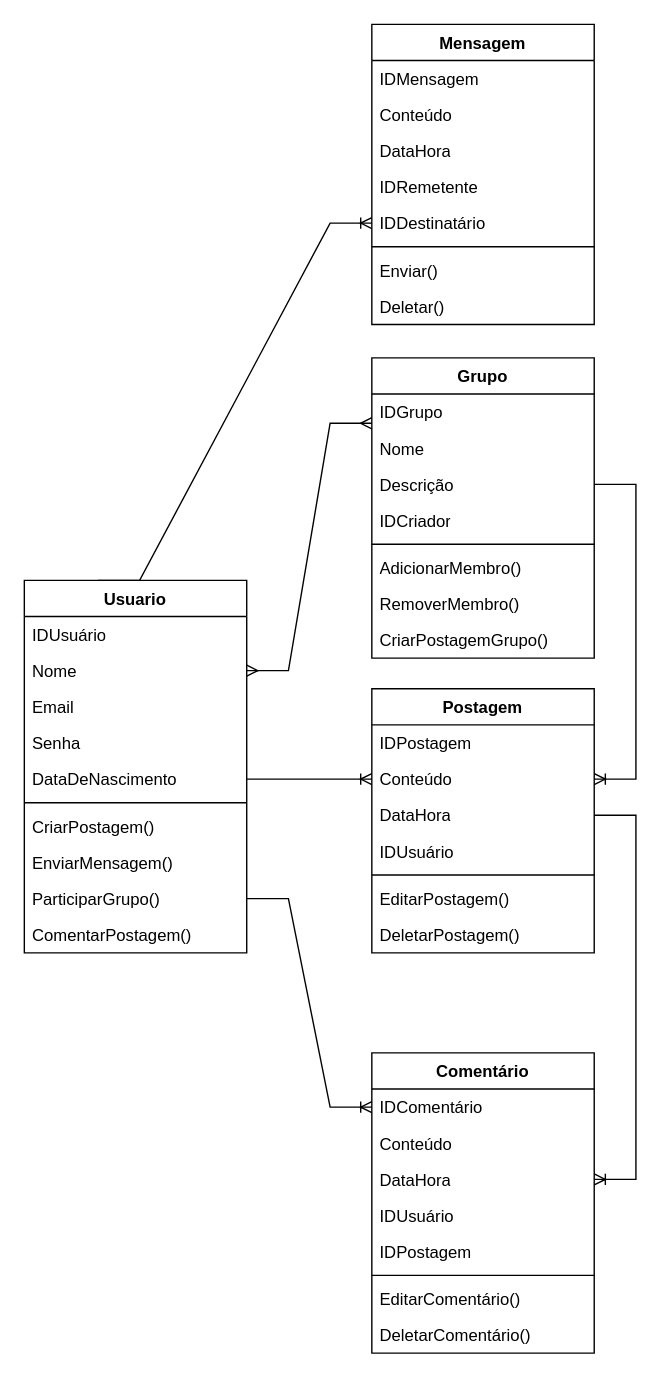
Earlier version of the draw.io diagram Diagrama sem nome.drawio (NatanFBagatoli/exercicio-6). Source tidied: cells renumbered, new cells numbered last; positions are measured from the earlier drawing's top-left corner, leaving out a move shared by most shapes. Both pictures are drawn from the tidied source at 139%, with x=0, y=0 at pixel (24, 24).
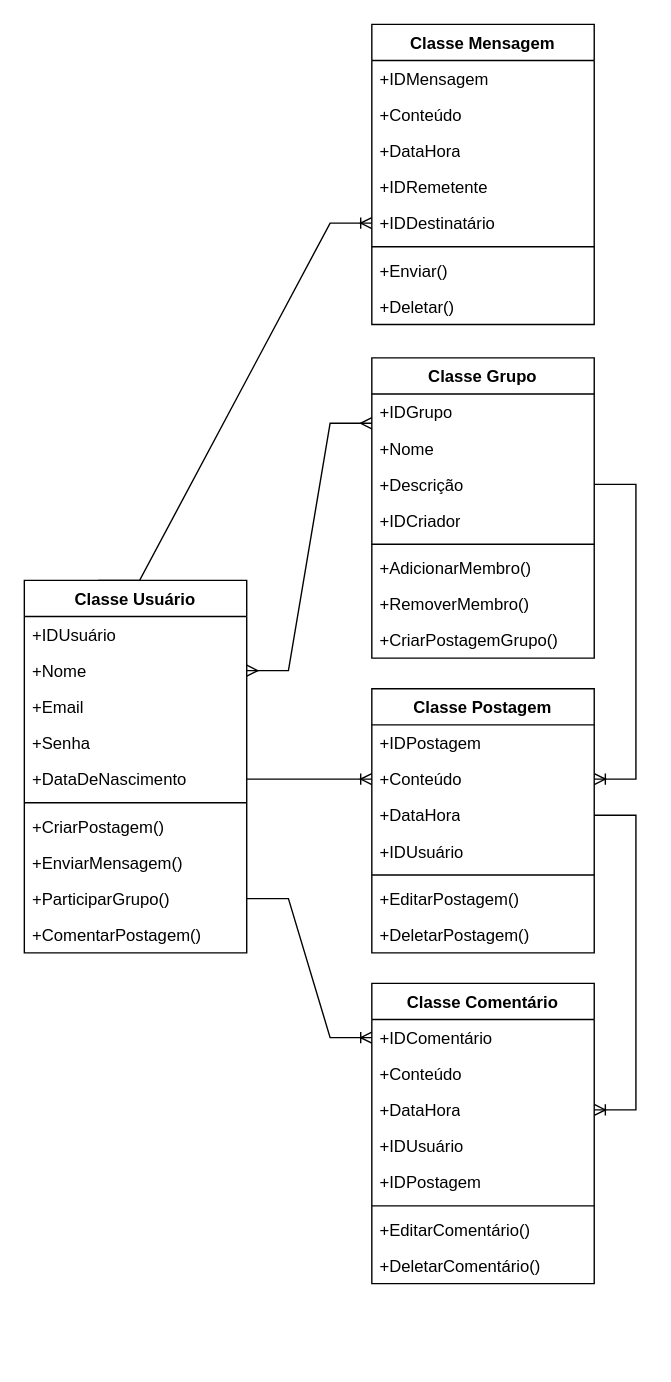
The same diagram, later.

What changed in the source:
```diff
@@
-    <mxCell id="2" value="Usuario" style="swimlane;fontStyle=1;align=center;verticalAlign=top;horizontal=1;startSize=26;whiteSpace=wrap;html=1;" parent="1" vertex="1">
+    <mxCell id="2" value="Classe Usuário" style="swimlane;fontStyle=1;align=center;verticalAlign=top;horizontal=1;startSize=26;whiteSpace=wrap;html=1;" parent="1" vertex="1">
       <mxGeometry y="400" width="160" height="268" as="geometry" />
     </mxCell>
-    <mxCell id="3" value="IDUsuário" style="text;strokeColor=none;fillColor=none;align=left;verticalAlign=top;spacingLeft=4;spacingRight=4;overflow=hidden;whiteSpace=wrap;html=1;" parent="2" vertex="1">
+    <mxCell id="3" value="+IDUsuário" style="text;strokeColor=none;fillColor=none;align=left;verticalAlign=top;spacingLeft=4;spacingRight=4;overflow=hidden;whiteSpace=wrap;html=1;" parent="2" vertex="1">
       <mxGeometry y="26" width="160" height="26" as="geometry" />
     </mxCell>
-    <mxCell id="4" value="Nome" style="text;strokeColor=none;fillColor=none;align=left;verticalAlign=top;spacingLeft=4;spacingRight=4;overflow=hidden;points=[[0,0.5],[1,0.5]];portConstraint=eastwest;whiteSpace=wrap;html=1;" parent="2" vertex="1">
+    <mxCell id="4" value="+Nome" style="text;strokeColor=none;fillColor=none;align=left;verticalAlign=top;spacingLeft=4;spacingRight=4;overflow=hidden;points=[[0,0.5],[1,0.5]];portConstraint=eastwest;whiteSpace=wrap;html=1;" parent="2" vertex="1">
       <mxGeometry y="52" width="160" height="26" as="geometry" />
     </mxCell>
-    <mxCell id="5" value="Email" style="text;strokeColor=none;fillColor=none;align=left;verticalAlign=top;spacingLeft=4;spacingRight=4;overflow=hidden;whiteSpace=wrap;html=1;" parent="2" vertex="1">
+    <mxCell id="5" value="+Email" style="text;strokeColor=none;fillColor=none;align=left;verticalAlign=top;spacingLeft=4;spacingRight=4;overflow=hidden;whiteSpace=wrap;html=1;" parent="2" vertex="1">
       <mxGeometry y="78" width="160" height="26" as="geometry" />
     </mxCell>
-    <mxCell id="6" value="Senha" style="text;strokeColor=none;fillColor=none;align=left;verticalAlign=top;spacingLeft=4;spacingRight=4;overflow=hidden;whiteSpace=wrap;html=1;" parent="2" vertex="1">
+    <mxCell id="6" value="+Senha" style="text;strokeColor=none;fillColor=none;align=left;verticalAlign=top;spacingLeft=4;spacingRight=4;overflow=hidden;whiteSpace=wrap;html=1;" parent="2" vertex="1">
       <mxGeometry y="104" width="160" height="26" as="geometry" />
     </mxCell>
-    <mxCell id="7" value="DataDeNascimento" style="text;strokeColor=none;fillColor=none;align=left;verticalAlign=top;spacingLeft=4;spacingRight=4;overflow=hidden;points=[[0,0.5],[1,0.5]];portConstraint=eastwest;whiteSpace=wrap;html=1;" parent="2" vertex="1">
+    <mxCell id="7" value="+DataDeNascimento" style="text;strokeColor=none;fillColor=none;align=left;verticalAlign=top;spacingLeft=4;spacingRight=4;overflow=hidden;points=[[0,0.5],[1,0.5]];portConstraint=eastwest;whiteSpace=wrap;html=1;" parent="2" vertex="1">
       <mxGeometry y="130" width="160" height="26" as="geometry" />
     </mxCell>
@@
-    <mxCell id="9" value="CriarPostagem()" style="text;strokeColor=none;fillColor=none;align=left;verticalAlign=top;spacingLeft=4;spacingRight=4;overflow=hidden;whiteSpace=wrap;html=1;" parent="2" vertex="1">
+    <mxCell id="9" value="+CriarPostagem()" style="text;strokeColor=none;fillColor=none;align=left;verticalAlign=top;spacingLeft=4;spacingRight=4;overflow=hidden;whiteSpace=wrap;html=1;" parent="2" vertex="1">
       <mxGeometry y="164" width="160" height="26" as="geometry" />
     </mxCell>
-    <mxCell id="10" value="EnviarMensagem()" style="text;strokeColor=none;fillColor=none;align=left;verticalAlign=top;spacingLeft=4;spacingRight=4;overflow=hidden;whiteSpace=wrap;html=1;" parent="2" vertex="1">
+    <mxCell id="10" value="+EnviarMensagem()" style="text;strokeColor=none;fillColor=none;align=left;verticalAlign=top;spacingLeft=4;spacingRight=4;overflow=hidden;whiteSpace=wrap;html=1;" parent="2" vertex="1">
       <mxGeometry y="190" width="160" height="26" as="geometry" />
     </mxCell>
-    <mxCell id="11" value="ParticiparGrupo()" style="text;strokeColor=none;fillColor=none;align=left;verticalAlign=top;spacingLeft=4;spacingRight=4;overflow=hidden;points=[[0,0.5],[1,0.5]];portConstraint=eastwest;whiteSpace=wrap;html=1;" parent="2" vertex="1">
+    <mxCell id="11" value="+ParticiparGrupo()" style="text;strokeColor=none;fillColor=none;align=left;verticalAlign=top;spacingLeft=4;spacingRight=4;overflow=hidden;points=[[0,0.5],[1,0.5]];portConstraint=eastwest;whiteSpace=wrap;html=1;" parent="2" vertex="1">
       <mxGeometry y="216" width="160" height="26" as="geometry" />
     </mxCell>
-    <mxCell id="12" value="ComentarPostagem()" style="text;strokeColor=none;fillColor=none;align=left;verticalAlign=top;spacingLeft=4;spacingRight=4;overflow=hidden;whiteSpace=wrap;html=1;" parent="2" vertex="1">
+    <mxCell id="12" value="+ComentarPostagem()" style="text;strokeColor=none;fillColor=none;align=left;verticalAlign=top;spacingLeft=4;spacingRight=4;overflow=hidden;whiteSpace=wrap;html=1;" parent="2" vertex="1">
       <mxGeometry y="242" width="160" height="26" as="geometry" />
     </mxCell>
-    <mxCell id="13" value="Postagem&lt;div&gt;&lt;br&gt;&lt;/div&gt;" style="swimlane;fontStyle=1;align=center;verticalAlign=top;horizontal=1;startSize=26;whiteSpace=wrap;html=1;" parent="1" vertex="1">
+    <mxCell id="13" value="Classe Postagem&lt;div&gt;&lt;br&gt;&lt;/div&gt;" style="swimlane;fontStyle=1;align=center;verticalAlign=top;horizontal=1;startSize=26;whiteSpace=wrap;html=1;" parent="1" vertex="1">
       <mxGeometry x="250" y="478" width="160" height="190" as="geometry" />
     </mxCell>
-    <mxCell id="14" value="IDPostagem" style="text;strokeColor=none;fillColor=none;align=left;verticalAlign=top;spacingLeft=4;spacingRight=4;overflow=hidden;whiteSpace=wrap;html=1;" parent="13" vertex="1">
+    <mxCell id="14" value="+IDPostagem" style="text;strokeColor=none;fillColor=none;align=left;verticalAlign=top;spacingLeft=4;spacingRight=4;overflow=hidden;whiteSpace=wrap;html=1;" parent="13" vertex="1">
       <mxGeometry y="26" width="160" height="26" as="geometry" />
     </mxCell>
-    <mxCell id="15" value="Conteúdo" style="text;strokeColor=none;fillColor=none;align=left;verticalAlign=top;spacingLeft=4;spacingRight=4;overflow=hidden;points=[[0,0.5],[1,0.5]];portConstraint=eastwest;whiteSpace=wrap;html=1;" parent="13" vertex="1">
+    <mxCell id="15" value="+Conteúdo" style="text;strokeColor=none;fillColor=none;align=left;verticalAlign=top;spacingLeft=4;spacingRight=4;overflow=hidden;points=[[0,0.5],[1,0.5]];portConstraint=eastwest;whiteSpace=wrap;html=1;" parent="13" vertex="1">
       <mxGeometry y="52" width="160" height="26" as="geometry" />
     </mxCell>
-    <mxCell id="16" value="DataHora" style="text;strokeColor=none;fillColor=none;align=left;verticalAlign=top;spacingLeft=4;spacingRight=4;overflow=hidden;points=[[0,0.5],[1,0.5]];portConstraint=eastwest;whiteSpace=wrap;html=1;" parent="13" vertex="1">
+    <mxCell id="16" value="+DataHora" style="text;strokeColor=none;fillColor=none;align=left;verticalAlign=top;spacingLeft=4;spacingRight=4;overflow=hidden;points=[[0,0.5],[1,0.5]];portConstraint=eastwest;whiteSpace=wrap;html=1;" parent="13" vertex="1">
       <mxGeometry y="78" width="160" height="26" as="geometry" />
     </mxCell>
-    <mxCell id="17" value="IDUsuário" style="text;strokeColor=none;fillColor=none;align=left;verticalAlign=top;spacingLeft=4;spacingRight=4;overflow=hidden;whiteSpace=wrap;html=1;" parent="13" vertex="1">
+    <mxCell id="17" value="+IDUsuário" style="text;strokeColor=none;fillColor=none;align=left;verticalAlign=top;spacingLeft=4;spacingRight=4;overflow=hidden;whiteSpace=wrap;html=1;" parent="13" vertex="1">
       <mxGeometry y="104" width="160" height="26" as="geometry" />
     </mxCell>
@@
-    <mxCell id="19" value="EditarPostagem()" style="text;strokeColor=none;fillColor=none;align=left;verticalAlign=top;spacingLeft=4;spacingRight=4;overflow=hidden;whiteSpace=wrap;html=1;" parent="13" vertex="1">
+    <mxCell id="19" value="+EditarPostagem()" style="text;strokeColor=none;fillColor=none;align=left;verticalAlign=top;spacingLeft=4;spacingRight=4;overflow=hidden;whiteSpace=wrap;html=1;" parent="13" vertex="1">
       <mxGeometry y="138" width="160" height="26" as="geometry" />
     </mxCell>
-    <mxCell id="20" value="DeletarPostagem()" style="text;strokeColor=none;fillColor=none;align=left;verticalAlign=top;spacingLeft=4;spacingRight=4;overflow=hidden;whiteSpace=wrap;html=1;" parent="13" vertex="1">
+    <mxCell id="20" value="+DeletarPostagem()" style="text;strokeColor=none;fillColor=none;align=left;verticalAlign=top;spacingLeft=4;spacingRight=4;overflow=hidden;whiteSpace=wrap;html=1;" parent="13" vertex="1">
       <mxGeometry y="164" width="160" height="26" as="geometry" />
     </mxCell>
-    <mxCell id="21" value="Comentário&lt;div&gt;&lt;br&gt;&lt;/div&gt;" style="swimlane;fontStyle=1;align=center;verticalAlign=top;horizontal=1;startSize=26;whiteSpace=wrap;html=1;" parent="1" vertex="1">
-      <mxGeometry x="250" y="740" width="160" height="216" as="geometry" />
+    <mxCell id="21" value="Classe Comentário&lt;div&gt;&lt;br&gt;&lt;/div&gt;" style="swimlane;fontStyle=1;align=center;verticalAlign=top;horizontal=1;startSize=26;whiteSpace=wrap;html=1;" parent="1" vertex="1">
+      <mxGeometry x="250" y="690" width="160" height="216" as="geometry" />
     </mxCell>
-    <mxCell id="22" value=" IDComentário" style="text;strokeColor=none;fillColor=none;align=left;verticalAlign=top;spacingLeft=4;spacingRight=4;overflow=hidden;points=[[0,0.5],[1,0.5]];portConstraint=eastwest;whiteSpace=wrap;html=1;" parent="21" vertex="1">
+    <mxCell id="22" value="+IDComentário" style="text;strokeColor=none;fillColor=none;align=left;verticalAlign=top;spacingLeft=4;spacingRight=4;overflow=hidden;points=[[0,0.5],[1,0.5]];portConstraint=eastwest;whiteSpace=wrap;html=1;" parent="21" vertex="1">
       <mxGeometry y="26" width="160" height="26" as="geometry" />
     </mxCell>
-    <mxCell id="23" value="Conteúdo" style="text;strokeColor=none;fillColor=none;align=left;verticalAlign=top;spacingLeft=4;spacingRight=4;overflow=hidden;whiteSpace=wrap;html=1;" parent="21" vertex="1">
+    <mxCell id="23" value="+Conteúdo" style="text;strokeColor=none;fillColor=none;align=left;verticalAlign=top;spacingLeft=4;spacingRight=4;overflow=hidden;whiteSpace=wrap;html=1;" parent="21" vertex="1">
       <mxGeometry y="52" width="160" height="26" as="geometry" />
     </mxCell>
-    <mxCell id="24" value="DataHora" style="text;strokeColor=none;fillColor=none;align=left;verticalAlign=top;spacingLeft=4;spacingRight=4;overflow=hidden;points=[[0,0.5],[1,0.5]];portConstraint=eastwest;whiteSpace=wrap;html=1;" parent="21" vertex="1">
+    <mxCell id="24" value="+DataHora" style="text;strokeColor=none;fillColor=none;align=left;verticalAlign=top;spacingLeft=4;spacingRight=4;overflow=hidden;points=[[0,0.5],[1,0.5]];portConstraint=eastwest;whiteSpace=wrap;html=1;" parent="21" vertex="1">
       <mxGeometry y="78" width="160" height="26" as="geometry" />
     </mxCell>
-    <mxCell id="25" value=" IDUsuário" style="text;strokeColor=none;fillColor=none;align=left;verticalAlign=top;spacingLeft=4;spacingRight=4;overflow=hidden;whiteSpace=wrap;html=1;" parent="21" vertex="1">
+    <mxCell id="25" value="+IDUsuário" style="text;strokeColor=none;fillColor=none;align=left;verticalAlign=top;spacingLeft=4;spacingRight=4;overflow=hidden;whiteSpace=wrap;html=1;" parent="21" vertex="1">
       <mxGeometry y="104" width="160" height="26" as="geometry" />
     </mxCell>
-    <mxCell id="26" value="IDPostagem" style="text;strokeColor=none;fillColor=none;align=left;verticalAlign=top;spacingLeft=4;spacingRight=4;overflow=hidden;whiteSpace=wrap;html=1;" parent="21" vertex="1">
+    <mxCell id="26" value="+IDPostagem" style="text;strokeColor=none;fillColor=none;align=left;verticalAlign=top;spacingLeft=4;spacingRight=4;overflow=hidden;whiteSpace=wrap;html=1;" parent="21" vertex="1">
       <mxGeometry y="130" width="160" height="26" as="geometry" />
     </mxCell>
@@
-    <mxCell id="28" value="EditarComentário()" style="text;strokeColor=none;fillColor=none;align=left;verticalAlign=top;spacingLeft=4;spacingRight=4;overflow=hidden;whiteSpace=wrap;html=1;" parent="21" vertex="1">
+    <mxCell id="28" value="+EditarComentário()" style="text;strokeColor=none;fillColor=none;align=left;verticalAlign=top;spacingLeft=4;spacingRight=4;overflow=hidden;whiteSpace=wrap;html=1;" parent="21" vertex="1">
       <mxGeometry y="164" width="160" height="26" as="geometry" />
     </mxCell>
-    <mxCell id="29" value="DeletarComentário()&lt;div&gt;&lt;br&gt;&lt;/div&gt;" style="text;strokeColor=none;fillColor=none;align=left;verticalAlign=top;spacingLeft=4;spacingRight=4;overflow=hidden;whiteSpace=wrap;html=1;" parent="21" vertex="1">
+    <mxCell id="29" value="+DeletarComentário()&lt;div&gt;&lt;br&gt;&lt;/div&gt;" style="text;strokeColor=none;fillColor=none;align=left;verticalAlign=top;spacingLeft=4;spacingRight=4;overflow=hidden;whiteSpace=wrap;html=1;" parent="21" vertex="1">
       <mxGeometry y="190" width="160" height="26" as="geometry" />
     </mxCell>
-    <mxCell id="30" value="Grupo" style="swimlane;fontStyle=1;align=center;verticalAlign=top;horizontal=1;startSize=26;whiteSpace=wrap;html=1;" parent="1" vertex="1">
+    <mxCell id="30" value="Classe Grupo" style="swimlane;fontStyle=1;align=center;verticalAlign=top;horizontal=1;startSize=26;whiteSpace=wrap;html=1;" parent="1" vertex="1">
       <mxGeometry x="250" y="240" width="160" height="216" as="geometry" />
     </mxCell>
-    <mxCell id="31" value="IDGrupo" style="text;strokeColor=none;fillColor=none;align=left;verticalAlign=top;spacingLeft=4;spacingRight=4;overflow=hidden;whiteSpace=wrap;html=1;" parent="30" vertex="1">
+    <mxCell id="31" value="+IDGrupo" style="text;strokeColor=none;fillColor=none;align=left;verticalAlign=top;spacingLeft=4;spacingRight=4;overflow=hidden;whiteSpace=wrap;html=1;" parent="30" vertex="1">
       <mxGeometry y="26" width="160" height="26" as="geometry" />
     </mxCell>
-    <mxCell id="32" value="Nome" style="text;strokeColor=none;fillColor=none;align=left;verticalAlign=top;spacingLeft=4;spacingRight=4;overflow=hidden;whiteSpace=wrap;html=1;" parent="30" vertex="1">
+    <mxCell id="32" value="+Nome" style="text;strokeColor=none;fillColor=none;align=left;verticalAlign=top;spacingLeft=4;spacingRight=4;overflow=hidden;whiteSpace=wrap;html=1;" parent="30" vertex="1">
       <mxGeometry y="52" width="160" height="26" as="geometry" />
     </mxCell>
-    <mxCell id="33" value="Descrição" style="text;strokeColor=none;fillColor=none;align=left;verticalAlign=top;spacingLeft=4;spacingRight=4;overflow=hidden;points=[[0,0.5],[1,0.5]];portConstraint=eastwest;whiteSpace=wrap;html=1;" parent="30" vertex="1">
+    <mxCell id="33" value="+Descrição" style="text;strokeColor=none;fillColor=none;align=left;verticalAlign=top;spacingLeft=4;spacingRight=4;overflow=hidden;points=[[0,0.5],[1,0.5]];portConstraint=eastwest;whiteSpace=wrap;html=1;" parent="30" vertex="1">
       <mxGeometry y="78" width="160" height="26" as="geometry" />
     </mxCell>
-    <mxCell id="34" value="IDCriador" style="text;strokeColor=none;fillColor=none;align=left;verticalAlign=top;spacingLeft=4;spacingRight=4;overflow=hidden;whiteSpace=wrap;html=1;" parent="30" vertex="1">
+    <mxCell id="34" value="+IDCriador" style="text;strokeColor=none;fillColor=none;align=left;verticalAlign=top;spacingLeft=4;spacingRight=4;overflow=hidden;whiteSpace=wrap;html=1;" parent="30" vertex="1">
       <mxGeometry y="104" width="160" height="26" as="geometry" />
     </mxCell>
@@
-    <mxCell id="36" value="AdicionarMembro()" style="text;strokeColor=none;fillColor=none;align=left;verticalAlign=top;spacingLeft=4;spacingRight=4;overflow=hidden;whiteSpace=wrap;html=1;" parent="30" vertex="1">
+    <mxCell id="36" value="+AdicionarMembro()" style="text;strokeColor=none;fillColor=none;align=left;verticalAlign=top;spacingLeft=4;spacingRight=4;overflow=hidden;whiteSpace=wrap;html=1;" parent="30" vertex="1">
       <mxGeometry y="138" width="160" height="26" as="geometry" />
     </mxCell>
-    <mxCell id="37" value="RemoverMembro()" style="text;strokeColor=none;fillColor=none;align=left;verticalAlign=top;spacingLeft=4;spacingRight=4;overflow=hidden;whiteSpace=wrap;html=1;" parent="30" vertex="1">
+    <mxCell id="37" value="+RemoverMembro()" style="text;strokeColor=none;fillColor=none;align=left;verticalAlign=top;spacingLeft=4;spacingRight=4;overflow=hidden;whiteSpace=wrap;html=1;" parent="30" vertex="1">
       <mxGeometry y="164" width="160" height="26" as="geometry" />
     </mxCell>
-    <mxCell id="38" value="CriarPostagemGrupo()" style="text;strokeColor=none;fillColor=none;align=left;verticalAlign=top;spacingLeft=4;spacingRight=4;overflow=hidden;whiteSpace=wrap;html=1;" parent="30" vertex="1">
+    <mxCell id="38" value="+CriarPostagemGrupo()" style="text;strokeColor=none;fillColor=none;align=left;verticalAlign=top;spacingLeft=4;spacingRight=4;overflow=hidden;whiteSpace=wrap;html=1;" parent="30" vertex="1">
       <mxGeometry y="190" width="160" height="26" as="geometry" />
     </mxCell>
-    <mxCell id="39" value="Mensagem" style="swimlane;fontStyle=1;align=center;verticalAlign=top;horizontal=1;startSize=26;whiteSpace=wrap;html=1;" parent="1" vertex="1">
+    <mxCell id="39" value="Classe Mensagem" style="swimlane;fontStyle=1;align=center;verticalAlign=top;horizontal=1;startSize=26;whiteSpace=wrap;html=1;" parent="1" vertex="1">
       <mxGeometry x="250" width="160" height="216" as="geometry" />
     </mxCell>
-    <mxCell id="40" value="IDMensagem" style="text;strokeColor=none;fillColor=none;align=left;verticalAlign=top;spacingLeft=4;spacingRight=4;overflow=hidden;whiteSpace=wrap;html=1;" parent="39" vertex="1">
+    <mxCell id="40" value="+IDMensagem" style="text;strokeColor=none;fillColor=none;align=left;verticalAlign=top;spacingLeft=4;spacingRight=4;overflow=hidden;whiteSpace=wrap;html=1;" parent="39" vertex="1">
       <mxGeometry y="26" width="160" height="26" as="geometry" />
     </mxCell>
-    <mxCell id="41" value="Conteúdo" style="text;strokeColor=none;fillColor=none;align=left;verticalAlign=top;spacingLeft=4;spacingRight=4;overflow=hidden;whiteSpace=wrap;html=1;" parent="39" vertex="1">
+    <mxCell id="41" value="+Conteúdo" style="text;strokeColor=none;fillColor=none;align=left;verticalAlign=top;spacingLeft=4;spacingRight=4;overflow=hidden;whiteSpace=wrap;html=1;" parent="39" vertex="1">
       <mxGeometry y="52" width="160" height="26" as="geometry" />
     </mxCell>
-    <mxCell id="42" value="DataHora" style="text;strokeColor=none;fillColor=none;align=left;verticalAlign=top;spacingLeft=4;spacingRight=4;overflow=hidden;whiteSpace=wrap;html=1;" parent="39" vertex="1">
+    <mxCell id="42" value="+DataHora" style="text;strokeColor=none;fillColor=none;align=left;verticalAlign=top;spacingLeft=4;spacingRight=4;overflow=hidden;whiteSpace=wrap;html=1;" parent="39" vertex="1">
       <mxGeometry y="78" width="160" height="26" as="geometry" />
     </mxCell>
-    <mxCell id="43" value=" IDRemetente" style="text;strokeColor=none;fillColor=none;align=left;verticalAlign=top;spacingLeft=4;spacingRight=4;overflow=hidden;whiteSpace=wrap;html=1;" parent="39" vertex="1">
+    <mxCell id="43" value="+IDRemetente" style="text;strokeColor=none;fillColor=none;align=left;verticalAlign=top;spacingLeft=4;spacingRight=4;overflow=hidden;whiteSpace=wrap;html=1;" parent="39" vertex="1">
       <mxGeometry y="104" width="160" height="26" as="geometry" />
     </mxCell>
-    <mxCell id="44" value="IDDestinatário" style="text;strokeColor=none;fillColor=none;align=left;verticalAlign=top;spacingLeft=4;spacingRight=4;overflow=hidden;points=[[0,0.5],[1,0.5]];portConstraint=eastwest;whiteSpace=wrap;html=1;" parent="39" vertex="1">
+    <mxCell id="44" value="+IDDestinatário" style="text;strokeColor=none;fillColor=none;align=left;verticalAlign=top;spacingLeft=4;spacingRight=4;overflow=hidden;points=[[0,0.5],[1,0.5]];portConstraint=eastwest;whiteSpace=wrap;html=1;" parent="39" vertex="1">
       <mxGeometry y="130" width="160" height="26" as="geometry" />
     </mxCell>
@@
-    <mxCell id="46" value="Enviar()" style="text;strokeColor=none;fillColor=none;align=left;verticalAlign=top;spacingLeft=4;spacingRight=4;overflow=hidden;whiteSpace=wrap;html=1;" parent="39" vertex="1">
+    <mxCell id="46" value="+Enviar()" style="text;strokeColor=none;fillColor=none;align=left;verticalAlign=top;spacingLeft=4;spacingRight=4;overflow=hidden;whiteSpace=wrap;html=1;" parent="39" vertex="1">
       <mxGeometry y="164" width="160" height="26" as="geometry" />
     </mxCell>
-    <mxCell id="47" value="Deletar()" style="text;strokeColor=none;fillColor=none;align=left;verticalAlign=top;spacingLeft=4;spacingRight=4;overflow=hidden;whiteSpace=wrap;html=1;" parent="39" vertex="1">
+    <mxCell id="47" value="+Deletar()" style="text;strokeColor=none;fillColor=none;align=left;verticalAlign=top;spacingLeft=4;spacingRight=4;overflow=hidden;whiteSpace=wrap;html=1;" parent="39" vertex="1">
       <mxGeometry y="190" width="160" height="26" as="geometry" />
     </mxCell>
```
